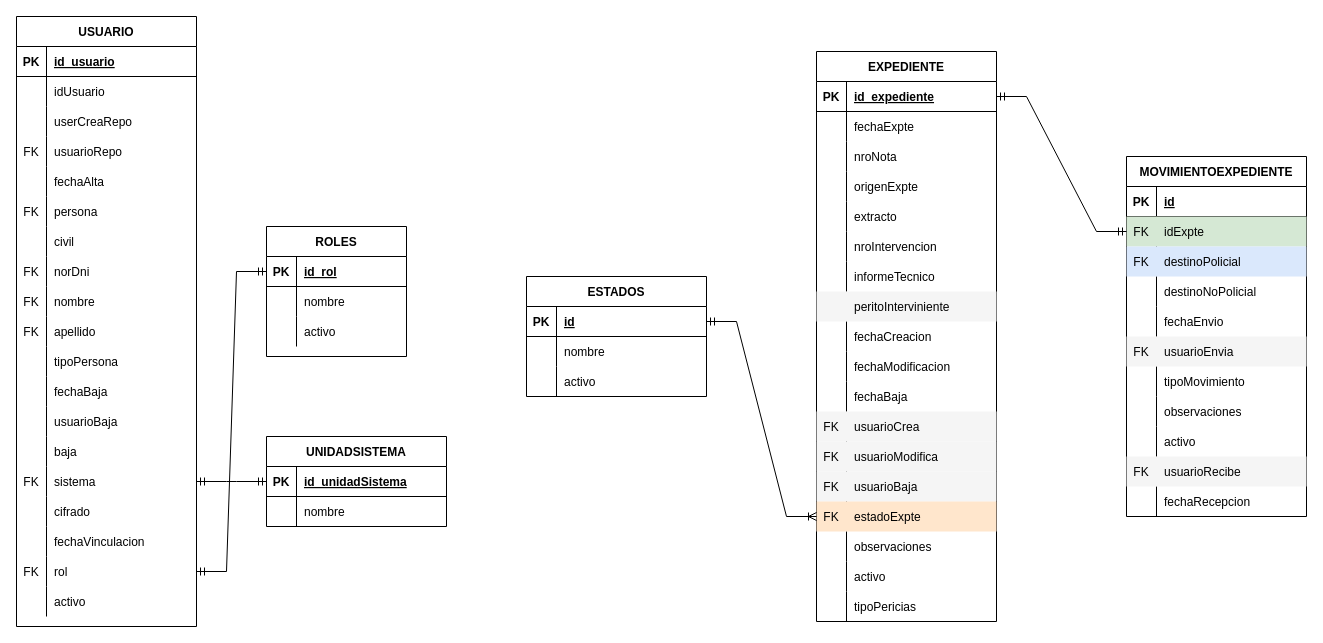
Before: WebApiCriminalistica/ScriptSql/criminalistica.drawio in ariellezcano/WebApiCriminalistica, a draw.io diagram. Source tidied: cells renumbered, new cells numbered last; positions are measured from the earlier drawing's top-left corner, leaving out a move shared by most shapes. Both pictures are drawn from the tidied source at 100%, with x=0, y=0 at pixel (16, 16).
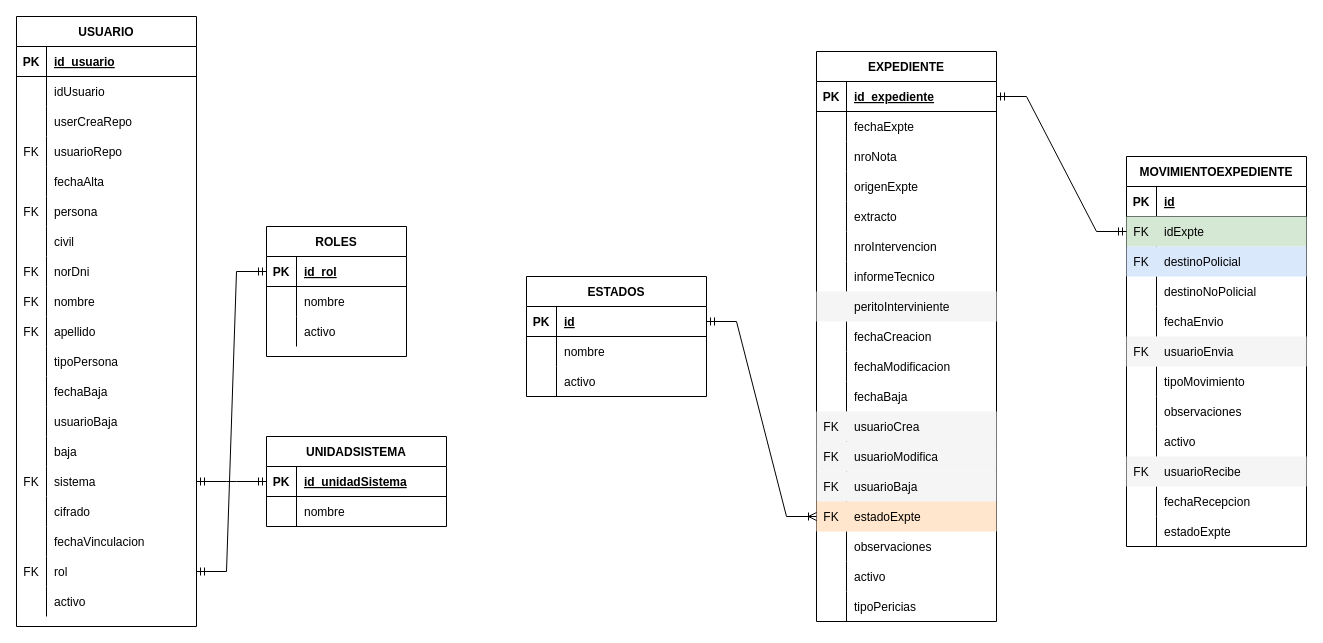
The same diagram, later.

Diff of the diagram source:
```diff
@@
     <mxCell id="134" value="MOVIMIENTOEXPEDIENTE" style="shape=table;startSize=30;childLayout=tableLayout;rowLines=0;fontStyle=1;align=center;" parent="1" vertex="1">
-      <mxGeometry x="1110" y="140" width="180" height="360" as="geometry" />
+      <mxGeometry x="1110" y="140" width="180" height="390" as="geometry" />
     </mxCell>
@@
+    <mxCell id="180" style="shape=tableRow;horizontal=0;startSize=0;swimlaneHead=0;swimlaneBody=0;fillColor=none;top=0;left=0;right=0;bottom=0;" parent="134" vertex="1">
+      <mxGeometry y="360" width="180" height="30" as="geometry" />
+    </mxCell>
+    <mxCell id="181" style="shape=partialRectangle;fillColor=none;top=0;left=0;bottom=0;right=0;overflow=hidden;" parent="180" vertex="1">
+      <mxGeometry width="30" height="30" as="geometry" />
+    </mxCell>
+    <mxCell id="182" value="estadoExpte" style="shape=partialRectangle;fillColor=none;top=0;left=0;bottom=0;right=0;align=left;spacingLeft=6;overflow=hidden;" parent="180" vertex="1">
+      <mxGeometry x="30" width="150" height="30" as="geometry" />
+    </mxCell>
```
